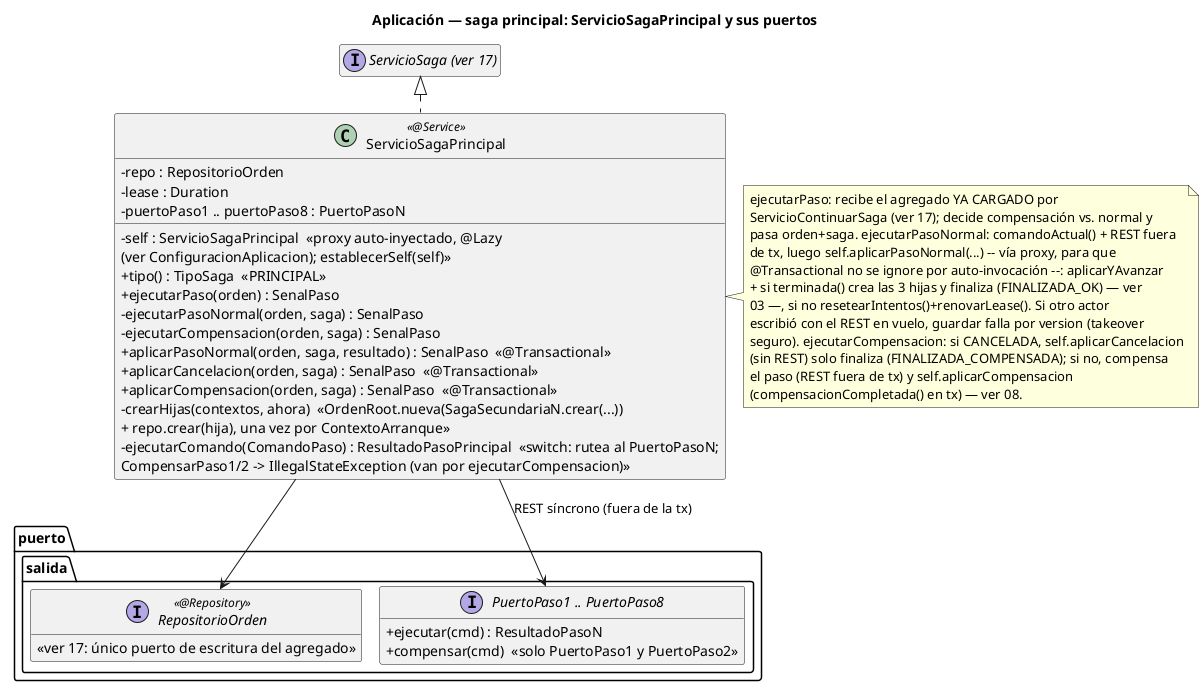
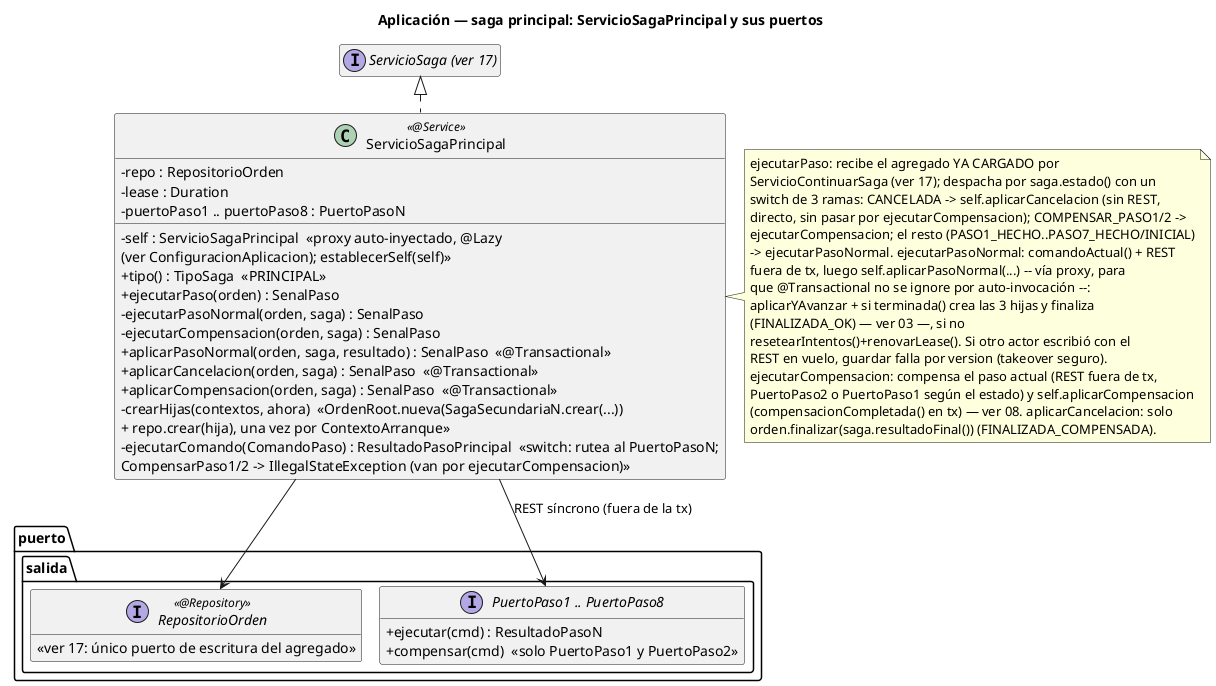
@startuml 18-clases-aplicacion-saga-principal
title Aplicación — saga principal: ServicioSagaPrincipal y sus puertos
!pragma layout smetana
hide empty members
skinparam classAttributeIconSize 0

interface "ServicioSaga (ver 17)" as Base

class ServicioSagaPrincipal <<@Service>> {
  -repo : RepositorioOrden
  -lease : Duration
  -puertoPaso1 .. puertoPaso8 : PuertoPasoN
  -self : ServicioSagaPrincipal  «proxy auto-inyectado, @Lazy\n(ver ConfiguracionAplicacion); establecerSelf(self)»
  +tipo() : TipoSaga  «PRINCIPAL»
  +ejecutarPaso(orden) : SenalPaso
  -ejecutarPasoNormal(orden, saga) : SenalPaso
  -ejecutarCompensacion(orden, saga) : SenalPaso
  +aplicarPasoNormal(orden, saga, resultado) : SenalPaso  «@Transactional»
  +aplicarCancelacion(orden, saga) : SenalPaso  «@Transactional»
  +aplicarCompensacion(orden, saga) : SenalPaso  «@Transactional»
  -crearHijas(contextos, ahora)  «OrdenRoot.nueva(SagaSecundariaN.crear(...))\n+ repo.crear(hija), una vez por ContextoArranque»
  -ejecutarComando(ComandoPaso) : ResultadoPasoPrincipal  «switch: rutea al PuertoPasoN;\nCompensarPaso1/2 -> IllegalStateException (van por ejecutarCompensacion)»
}
note right of ServicioSagaPrincipal
  ejecutarPaso: recibe el agregado YA CARGADO por
-   ServicioContinuarSaga (ver 17); decide compensación vs. normal y
-   pasa orden+saga. ejecutarPasoNormal: comandoActual() + REST fuera
-   de tx, luego self.aplicarPasoNormal(...) -- vía proxy, para que
-   @Transactional no se ignore por auto-invocación --: aplicarYAvanzar
-   + si terminada() crea las 3 hijas y finaliza (FINALIZADA_OK) — ver
-   03 —, si no resetearIntentos()+renovarLease(). Si otro actor
-   escribió con el REST en vuelo, guardar falla por version (takeover
-   seguro). ejecutarCompensacion: si CANCELADA, self.aplicarCancelacion
-   (sin REST) solo finaliza (FINALIZADA_COMPENSADA); si no, compensa
-   el paso (REST fuera de tx) y self.aplicarCompensacion
-   (compensacionCompletada() en tx) — ver 08.
+   ServicioContinuarSaga (ver 17); despacha por saga.estado() con un
+   switch de 3 ramas: CANCELADA -> self.aplicarCancelacion (sin REST,
+   directo, sin pasar por ejecutarCompensacion); COMPENSAR_PASO1/2 ->
+   ejecutarCompensacion; el resto (PASO1_HECHO..PASO7_HECHO/INICIAL)
+   -> ejecutarPasoNormal. ejecutarPasoNormal: comandoActual() + REST
+   fuera de tx, luego self.aplicarPasoNormal(...) -- vía proxy, para
+   que @Transactional no se ignore por auto-invocación --:
+   aplicarYAvanzar + si terminada() crea las 3 hijas y finaliza
+   (FINALIZADA_OK) — ver 03 —, si no
+   resetearIntentos()+renovarLease(). Si otro actor escribió con el
+   REST en vuelo, guardar falla por version (takeover seguro).
+   ejecutarCompensacion: compensa el paso actual (REST fuera de tx,
+   PuertoPaso2 o PuertoPaso1 según el estado) y self.aplicarCompensacion
+   (compensacionCompletada() en tx) — ver 08. aplicarCancelacion: solo
+   orden.finalizar(saga.resultadoFinal()) (FINALIZADA_COMPENSADA).
end note

package "puerto.salida" {
  interface RepositorioOrden <<@Repository>> {
    «ver 17: único puerto de escritura del agregado»
  }
  interface "PuertoPaso1 .. PuertoPaso8" as PuertosPaso {
    +ejecutar(cmd) : ResultadoPasoN
    +compensar(cmd)  «solo PuertoPaso1 y PuertoPaso2»
  }
}

Base <|.. ServicioSagaPrincipal
ServicioSagaPrincipal --> RepositorioOrden
ServicioSagaPrincipal --> PuertosPaso : REST síncrono (fuera de la tx)
@enduml
